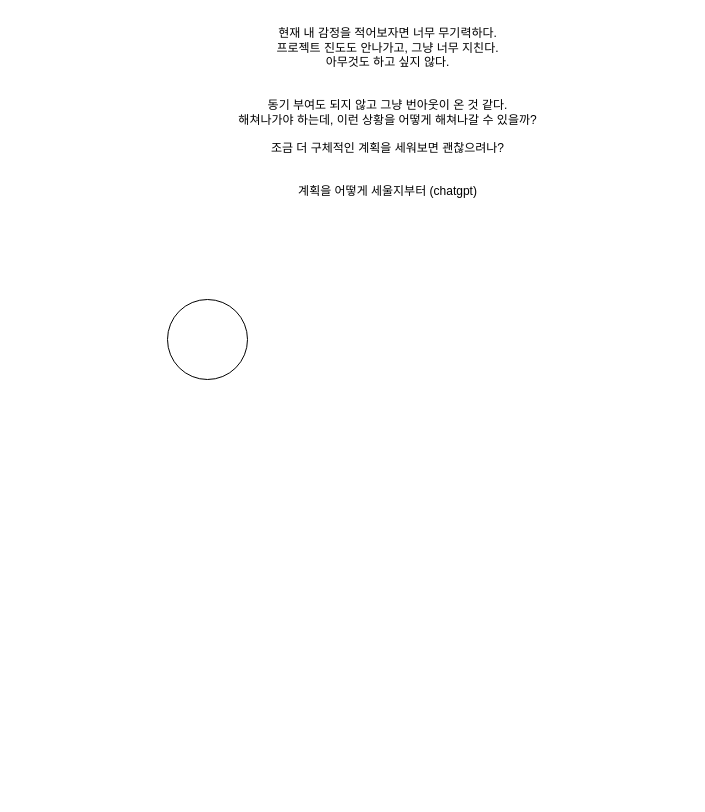
HJC96/Study keeps this draw.io diagram as 제목 없는 다이어그램.drawio. Above is the earlier version. Source tidied: cells renumbered, new cells numbered last; positions are measured from the earlier drawing's top-left corner, leaving out a move shared by most shapes. Both pictures are drawn from the tidied source at 100%, with x=0, y=0 at pixel (167, 17).
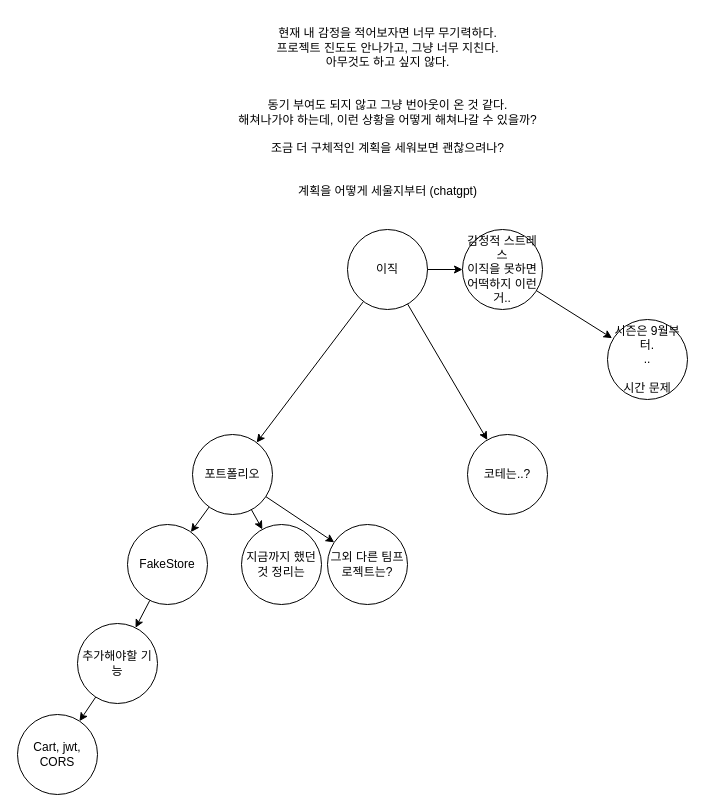
The same diagram, later.

Commit message:
제목 없는 다이어그램.drawio 업데이트

Change to the diagram source:
```diff
@@
-    <mxCell id="2" style="ellipse;whiteSpace=wrap;html=1;" parent="1" vertex="1">
-      <mxGeometry y="282" width="80" height="80" as="geometry" />
+    <mxCell id="2" value="FakeStore" style="ellipse;whiteSpace=wrap;html=1;" parent="1" vertex="1">
+      <mxGeometry x="-40" y="507" width="80" height="80" as="geometry" />
     </mxCell>
@@
+    <mxCell id="4" value="포트폴리오" style="ellipse;whiteSpace=wrap;html=1;" parent="1" vertex="1">
+      <mxGeometry x="25" y="417" width="80" height="80" as="geometry" />
+    </mxCell>
+    <mxCell id="5" value="추가해야할 기능" style="ellipse;whiteSpace=wrap;html=1;" parent="1" vertex="1">
+      <mxGeometry x="-90" y="606" width="80" height="80" as="geometry" />
+    </mxCell>
+    <mxCell id="6" value="Cart, jwt, CORS" style="ellipse;whiteSpace=wrap;html=1;" parent="1" vertex="1">
+      <mxGeometry x="-150" y="697" width="80" height="80" as="geometry" />
+    </mxCell>
+    <mxCell id="7" value="시즌은 9월부터.&lt;br&gt;..&lt;br&gt;&lt;br&gt;시간 문제" style="ellipse;whiteSpace=wrap;html=1;" parent="1" vertex="1">
+      <mxGeometry x="440" y="302" width="80" height="80" as="geometry" />
+    </mxCell>
+    <mxCell id="8" value="감정적 스트레스&lt;br&gt;이직을 못하면 어떡하지 이런거.." style="ellipse;whiteSpace=wrap;html=1;" parent="1" vertex="1">
+      <mxGeometry x="295" y="212" width="80" height="80" as="geometry" />
+    </mxCell>
+    <mxCell id="9" value="그외 다른 팀프로젝트는?" style="ellipse;whiteSpace=wrap;html=1;" parent="1" vertex="1">
+      <mxGeometry x="160" y="507" width="80" height="80" as="geometry" />
+    </mxCell>
+    <mxCell id="10" value="지금까지 했던것 정리는" style="ellipse;whiteSpace=wrap;html=1;" parent="1" vertex="1">
+      <mxGeometry x="74" y="507" width="80" height="80" as="geometry" />
+    </mxCell>
+    <mxCell id="11" value="코테는..?" style="ellipse;whiteSpace=wrap;html=1;" parent="1" vertex="1">
+      <mxGeometry x="300" y="417" width="80" height="80" as="geometry" />
+    </mxCell>
+    <mxCell id="12" style="endArrow=classic;html=1;rounded=0;" parent="1" edge="1" source="4" target="2">
+      <mxGeometry relative="1" as="geometry" />
+    </mxCell>
+    <mxCell id="13" style="endArrow=classic;html=1;rounded=0;" parent="1" edge="1" source="4" target="10">
+      <mxGeometry relative="1" as="geometry" />
+    </mxCell>
+    <mxCell id="14" style="endArrow=classic;html=1;rounded=0;" parent="1" edge="1" source="4" target="9">
+      <mxGeometry relative="1" as="geometry" />
+    </mxCell>
+    <mxCell id="15" style="endArrow=classic;html=1;rounded=0;" parent="1" edge="1" source="2" target="5">
+      <mxGeometry relative="1" as="geometry" />
+    </mxCell>
+    <mxCell id="16" style="endArrow=classic;html=1;rounded=0;" parent="1" edge="1" source="5" target="6">
+      <mxGeometry relative="1" as="geometry" />
+    </mxCell>
+    <mxCell id="17" value="이직" style="ellipse;whiteSpace=wrap;html=1;" parent="1" vertex="1">
+      <mxGeometry x="180" y="212" width="80" height="80" as="geometry" />
+    </mxCell>
+    <mxCell id="18" style="endArrow=classic;html=1;rounded=0;" parent="1" edge="1" source="17" target="4">
+      <mxGeometry relative="1" as="geometry" />
+    </mxCell>
+    <mxCell id="19" style="endArrow=classic;html=1;rounded=0;" parent="1" edge="1" source="17" target="11">
+      <mxGeometry relative="1" as="geometry" />
+    </mxCell>
+    <mxCell id="20" style="endArrow=classic;html=1;rounded=0;" parent="1" edge="1" source="17" target="8">
+      <mxGeometry relative="1" as="geometry" />
+    </mxCell>
+    <mxCell id="21" style="endArrow=classic;html=1;rounded=0;entryX=0.057;entryY=0.233;entryDx=0;entryDy=0;entryPerimeter=0;" parent="1" edge="1" source="8" target="7">
+      <mxGeometry relative="1" as="geometry" />
+    </mxCell>
```
